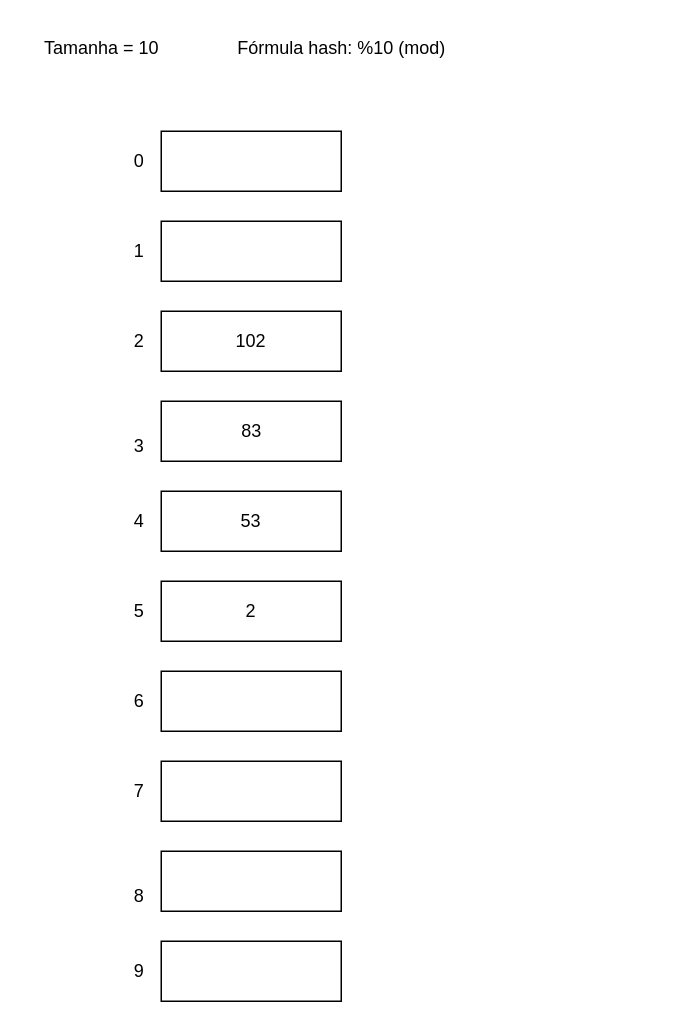
The draw.io diagram page "14" (14 of 16) of Hash com endereçamento aberto.drawio in Lucas-Henrique-Lopes-Costa/estrutura-de-dados, before the edit. Source tidied: cells renumbered, new cells numbered last; positions are measured from the earlier drawing's top-left corner, leaving out a move shared by most shapes. Both pictures are drawn from the tidied source at 150%, with x=0, y=0 at pixel (26, 26).
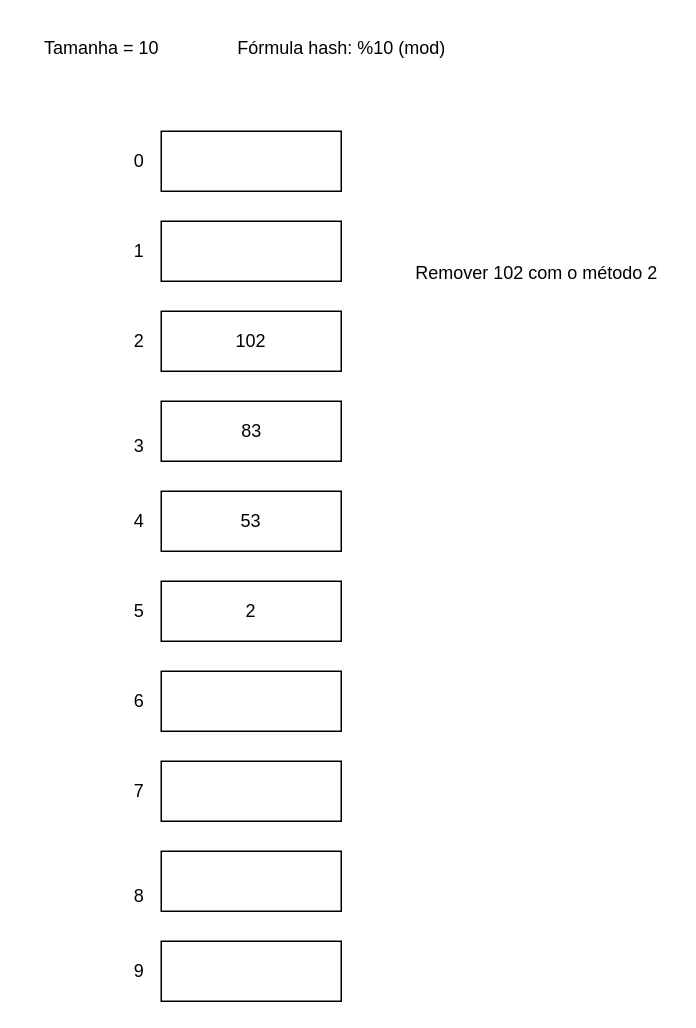
The same diagram, later.

The edit, as a diff of the source:
```diff
@@
+    <mxCell id="35" value="Remover 102 com o método 2" style="text;html=1;align=center;verticalAlign=middle;strokeColor=none;fillColor=none;" parent="1" vertex="1">
+      <mxGeometry x="250" y="150" width="180" height="30" as="geometry" />
+    </mxCell>
```
